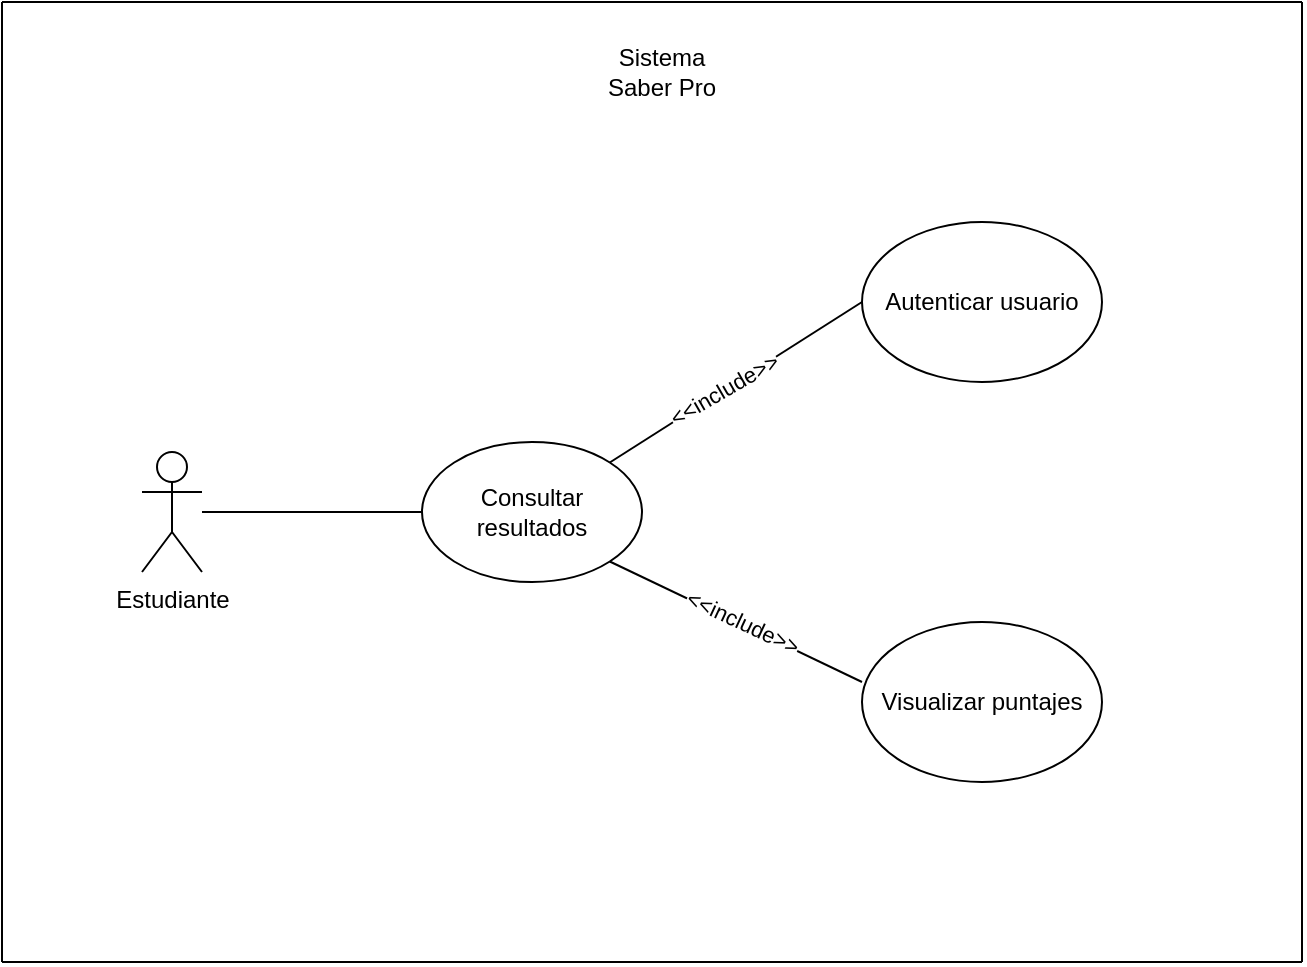
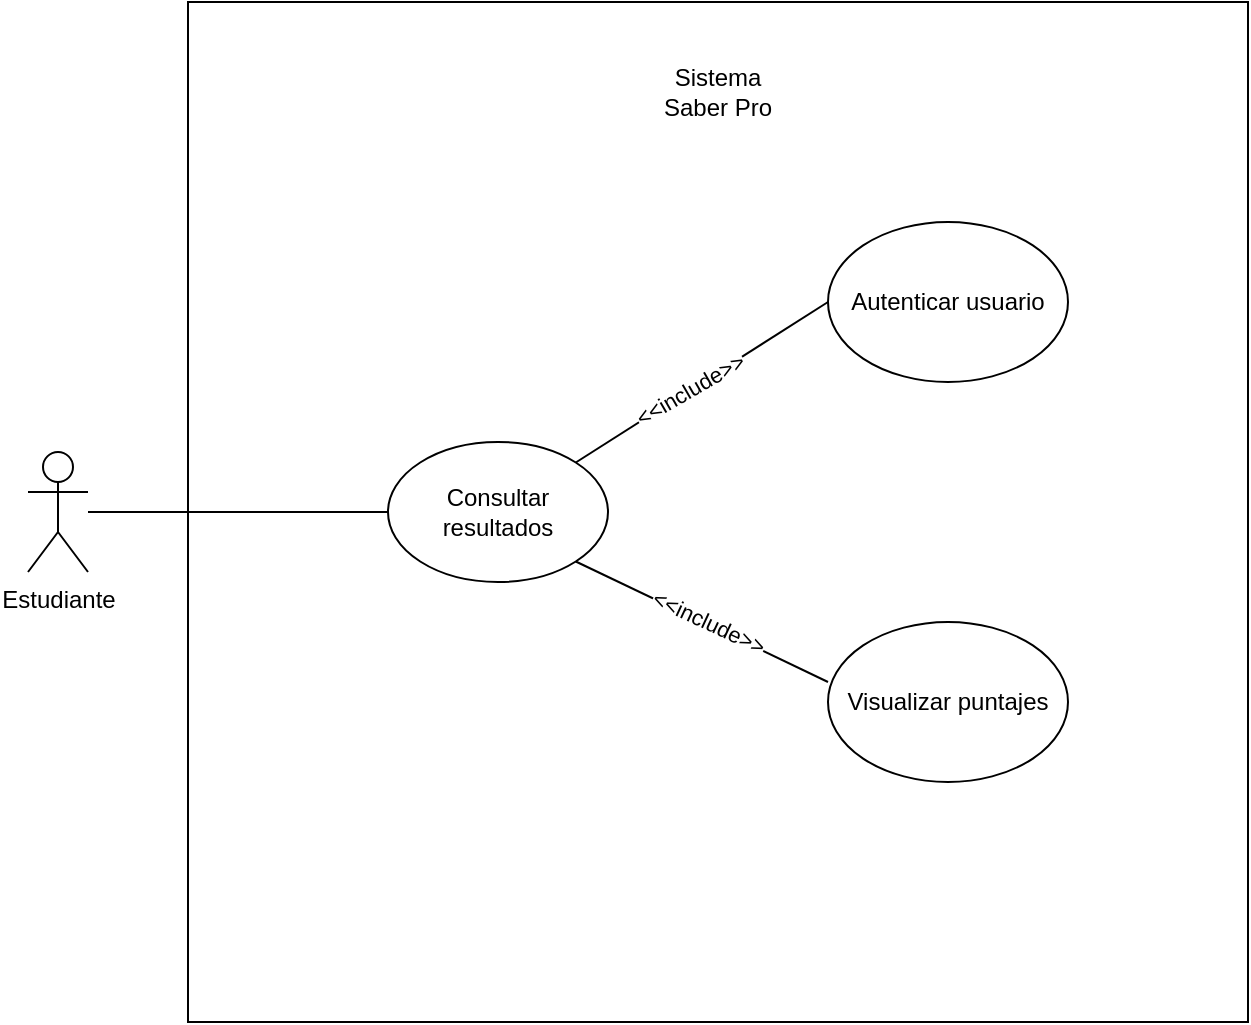
<mxfile host="Electron">
  <diagram name="Página-1" id="0CdbTSXlaN8CWy7znDz1">
-     <mxGraphModel dx="1398" dy="825" grid="1" gridSize="10" guides="1" tooltips="1" connect="1" arrows="1" fold="1" page="1" pageScale="1" pageWidth="827" pageHeight="1169" math="0" shadow="0">
+     <mxGraphModel dx="1414" dy="841" grid="1" gridSize="10" guides="1" tooltips="1" connect="1" arrows="1" fold="1" page="1" pageScale="1" pageWidth="827" pageHeight="1169" math="0" shadow="0">
      <root>
        <mxCell id="0" />
        <mxCell id="1" parent="0" />
-         <mxCell id="-zdNV2JVfNVpelI0dEQG-2" edge="1" parent="1" style="endArrow=none;html=1;rounded=0;" value="">
-           <mxGeometry height="50" relative="1" width="50" as="geometry">
-             <mxPoint x="70" y="120" as="sourcePoint" />
-             <mxPoint x="720" y="120" as="targetPoint" />
-           </mxGeometry>
+         <mxCell id="IsxY7i9Q47k3D-gUNSwQ-1" parent="1" style="rounded=0;whiteSpace=wrap;html=1;" value="" vertex="1">
+           <mxGeometry height="510" width="530" x="180" y="120" as="geometry" />
        </mxCell>
        <mxCell id="-zdNV2JVfNVpelI0dEQG-3" parent="1" style="ellipse;whiteSpace=wrap;html=1;" value="Consultar resultados" vertex="1">
          <mxGeometry height="70" width="110" x="280" y="340" as="geometry" />
        </mxCell>
        <mxCell id="-zdNV2JVfNVpelI0dEQG-4" parent="1" style="shape=umlActor;verticalLabelPosition=bottom;verticalAlign=top;html=1;outlineConnect=0;" value="Estudiante" vertex="1">
-           <mxGeometry height="60" width="30" x="140" y="345" as="geometry" />
+           <mxGeometry height="60" width="30" x="100" y="345" as="geometry" />
        </mxCell>
        <mxCell id="-zdNV2JVfNVpelI0dEQG-5" edge="1" parent="1" source="-zdNV2JVfNVpelI0dEQG-4" style="endArrow=none;html=1;rounded=0;entryX=0;entryY=0.5;entryDx=0;entryDy=0;" target="-zdNV2JVfNVpelI0dEQG-3" value="">
          <mxGeometry height="50" relative="1" width="50" as="geometry">
            <mxPoint x="390" y="450" as="sourcePoint" />
            <mxPoint x="440" y="400" as="targetPoint" />
          </mxGeometry>
        </mxCell>
        <mxCell id="-zdNV2JVfNVpelI0dEQG-7" parent="1" style="ellipse;whiteSpace=wrap;html=1;" value="Visualizar puntajes" vertex="1">
          <mxGeometry height="80" width="120" x="500" y="430" as="geometry" />
        </mxCell>
        <mxCell id="-zdNV2JVfNVpelI0dEQG-8" parent="1" style="ellipse;whiteSpace=wrap;html=1;" value="Autenticar usuario" vertex="1">
          <mxGeometry height="80" width="120" x="500" y="230" as="geometry" />
        </mxCell>
        <mxCell id="-zdNV2JVfNVpelI0dEQG-9" edge="1" parent="1" source="-zdNV2JVfNVpelI0dEQG-7" style="endArrow=none;html=1;rounded=0;exitX=0;exitY=0.375;exitDx=0;exitDy=0;exitPerimeter=0;entryX=1;entryY=1;entryDx=0;entryDy=0;" target="-zdNV2JVfNVpelI0dEQG-3" value="">
          <mxGeometry height="50" relative="1" width="50" as="geometry">
            <mxPoint x="390" y="450" as="sourcePoint" />
            <mxPoint x="440" y="400" as="targetPoint" />
          </mxGeometry>
        </mxCell>
        <mxCell id="-zdNV2JVfNVpelI0dEQG-10" edge="1" parent="1" source="-zdNV2JVfNVpelI0dEQG-3" style="endArrow=none;html=1;rounded=0;exitX=1;exitY=0;exitDx=0;exitDy=0;entryX=0;entryY=0.5;entryDx=0;entryDy=0;" target="-zdNV2JVfNVpelI0dEQG-8" value="">
          <mxGeometry height="50" relative="1" width="50" as="geometry">
            <mxPoint x="390" y="450" as="sourcePoint" />
            <mxPoint x="440" y="400" as="targetPoint" />
          </mxGeometry>
        </mxCell>
        <mxCell id="-zdNV2JVfNVpelI0dEQG-11" connectable="0" parent="-zdNV2JVfNVpelI0dEQG-10" style="edgeLabel;html=1;align=center;verticalAlign=middle;resizable=0;points=[];rotation=-30;" value="&amp;lt;&amp;lt;include&amp;gt;&amp;gt;" vertex="1">
          <mxGeometry relative="1" x="-0.1062" as="geometry">
            <mxPoint as="offset" />
          </mxGeometry>
        </mxCell>
        <mxCell id="-zdNV2JVfNVpelI0dEQG-12" connectable="0" parent="1" style="edgeLabel;html=1;align=center;verticalAlign=middle;resizable=0;points=[];rotation=25;" value="&amp;lt;&amp;lt;include&amp;gt;&amp;gt;" vertex="1">
          <mxGeometry x="440" y="430" as="geometry" />
        </mxCell>
-         <mxCell id="-zdNV2JVfNVpelI0dEQG-13" edge="1" parent="1" style="endArrow=none;html=1;rounded=0;" value="">
-           <mxGeometry height="50" relative="1" width="50" as="geometry">
-             <mxPoint x="70" y="600" as="sourcePoint" />
-             <mxPoint x="720" y="600" as="targetPoint" />
-           </mxGeometry>
-         </mxCell>
-         <mxCell id="-zdNV2JVfNVpelI0dEQG-14" edge="1" parent="1" style="endArrow=none;html=1;rounded=0;" value="">
-           <mxGeometry height="50" relative="1" width="50" as="geometry">
-             <mxPoint x="720" y="600" as="sourcePoint" />
-             <mxPoint x="720" y="120" as="targetPoint" />
-           </mxGeometry>
-         </mxCell>
-         <mxCell id="-zdNV2JVfNVpelI0dEQG-15" edge="1" parent="1" style="endArrow=none;html=1;rounded=0;" value="">
-           <mxGeometry height="50" relative="1" width="50" as="geometry">
-             <mxPoint x="70" y="600" as="sourcePoint" />
-             <mxPoint x="70" y="120" as="targetPoint" />
-           </mxGeometry>
-         </mxCell>
        <mxCell id="-zdNV2JVfNVpelI0dEQG-16" parent="1" style="text;html=1;whiteSpace=wrap;strokeColor=none;fillColor=none;align=center;verticalAlign=middle;rounded=0;" value="Sistema Saber Pro" vertex="1">
-           <mxGeometry height="30" width="60" x="370" y="140" as="geometry" />
+           <mxGeometry height="30" width="60" x="415" y="150" as="geometry" />
        </mxCell>
      </root>
    </mxGraphModel>
  </diagram>
</mxfile>
